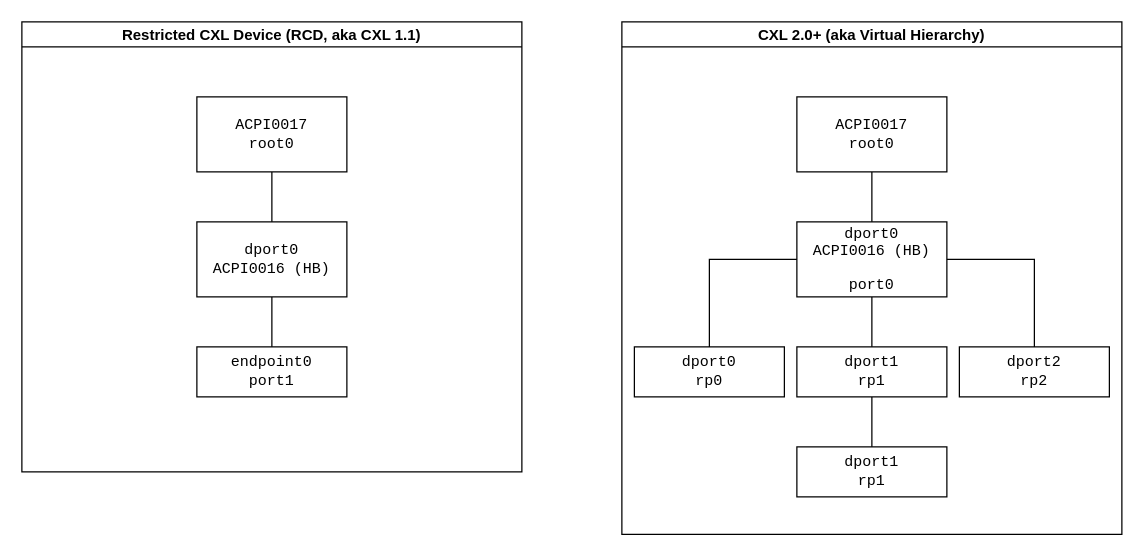
Before: docs/source/img-src/vh-rcd.drawio in computexpresslink/cxl-rtd, a draw.io diagram. Source tidied: cells renumbered, new cells numbered last; positions are measured from the earlier drawing's top-left corner, leaving out a move shared by most shapes. Both pictures are drawn from the tidied source at 125%, with x=0, y=0 at pixel (21, 21).
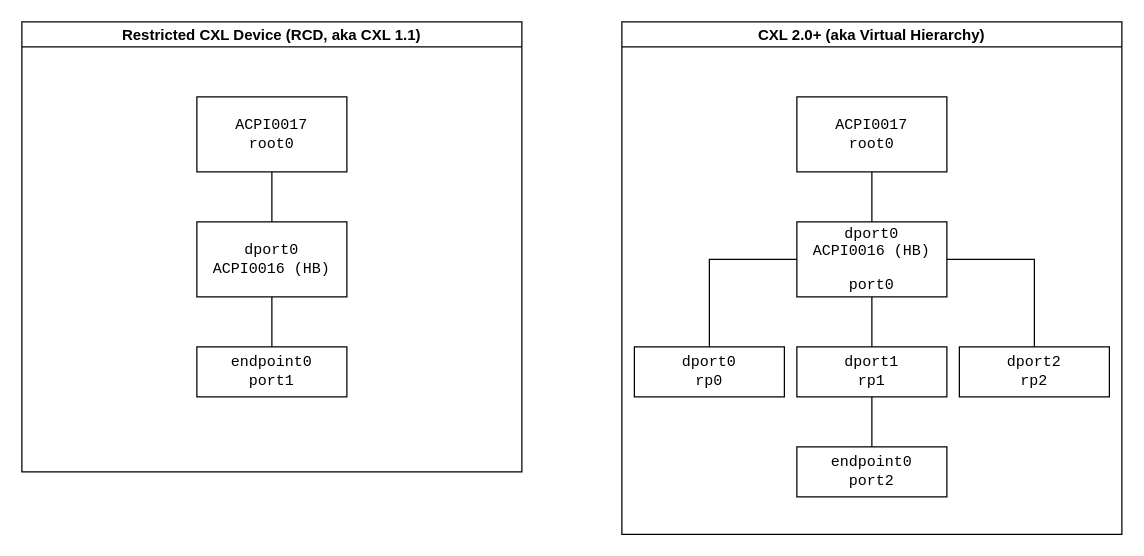
After the change.

Unchanged cells that the change refers to:
```xml
<mxCell id="8" value="CXL 2.0+ (aka Virtual Hierarchy)" style="swimlane;startSize=20;horizontal=1;containerType=tree;" parent="1" vertex="1">
  <mxGeometry x="480" width="400" height="410" as="geometry" />
</mxCell>
```

The edit, as a diff of the source:
```diff
@@
-    <mxCell id="18" value="&lt;pre&gt;&lt;pre style=&quot;border-color: var(--border-color);&quot;&gt;dport1&lt;br style=&quot;border-color: var(--border-color);&quot;&gt;rp1&lt;/pre&gt;&lt;/pre&gt;" style="whiteSpace=wrap;html=1;newEdgeStyle={&quot;edgeStyle&quot;:&quot;elbowEdgeStyle&quot;,&quot;startArrow&quot;:&quot;none&quot;,&quot;endArrow&quot;:&quot;none&quot;};" parent="8" vertex="1">
+    <mxCell id="18" value="&lt;pre&gt;&lt;pre style=&quot;border-color: var(--border-color);&quot;&gt;endpoint0&lt;br style=&quot;border-color: var(--border-color);&quot;&gt;port2&lt;/pre&gt;&lt;/pre&gt;" style="whiteSpace=wrap;html=1;newEdgeStyle={&quot;edgeStyle&quot;:&quot;elbowEdgeStyle&quot;,&quot;startArrow&quot;:&quot;none&quot;,&quot;endArrow&quot;:&quot;none&quot;};" parent="8" vertex="1">
       <mxGeometry x="140" y="340" width="120" height="40" as="geometry" />
     </mxCell>
```
